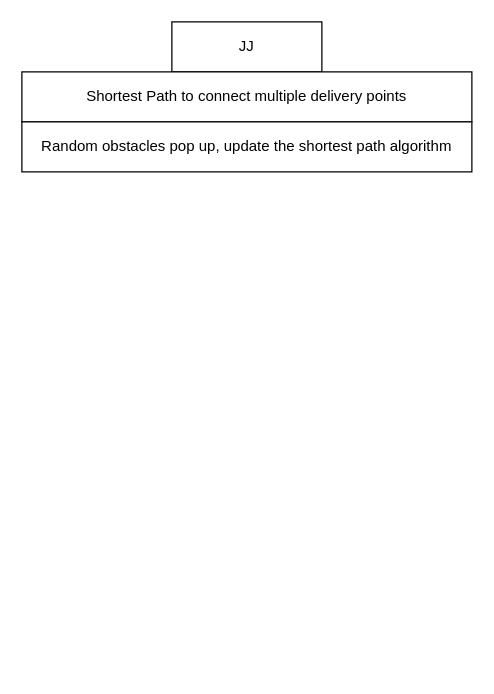
Earlier version of the draw.io diagram page "Extra Features" (3 of 3) of diagrams/program_diagrams.drawio (junnjiee16/ST1507-DSAA-Maze-Solver). Source tidied: cells renumbered, new cells numbered last; positions are measured from the earlier drawing's top-left corner, leaving out a move shared by most shapes. Both pictures are drawn from the tidied source at 125%, with x=0, y=0 at pixel (21, 21).
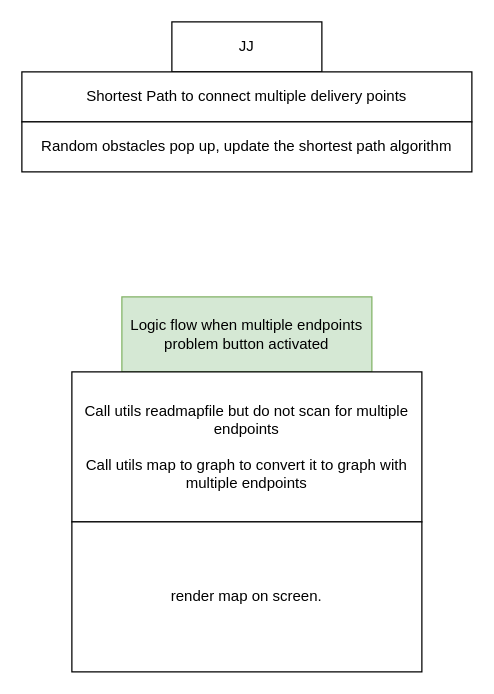
Above is the later version.

The edit, as a diff of the source:
```diff
@@
 <mxGraphModel>
   <root>
     <mxCell id="0" />
     <mxCell id="1" parent="0" />
     <mxCell id="2" value="JJ" style="rounded=0;whiteSpace=wrap;html=1;" parent="1" vertex="1">
       <mxGeometry x="120" width="120" height="40" as="geometry" />
     </mxCell>
     <mxCell id="3" value="Shortest Path to connect multiple delivery points" style="rounded=0;whiteSpace=wrap;html=1;" parent="1" vertex="1">
       <mxGeometry y="40" width="360" height="40" as="geometry" />
     </mxCell>
     <mxCell id="4" value="Random obstacles pop up, update the shortest path algorithm" style="rounded=0;whiteSpace=wrap;html=1;" parent="1" vertex="1">
       <mxGeometry y="80" width="360" height="40" as="geometry" />
     </mxCell>
+    <mxCell id="5" value="Logic flow when multiple endpoints problem button activated" style="rounded=0;whiteSpace=wrap;html=1;fillColor=#d5e8d4;strokeColor=#82b366;" parent="1" vertex="1">
+      <mxGeometry x="80" y="220" width="200" height="60" as="geometry" />
+    </mxCell>
+    <mxCell id="6" value="Call utils readmapfile but do not scan for multiple endpoints&lt;br&gt;&lt;br&gt;Call utils map to graph to convert it to graph with multiple endpoints" style="rounded=0;whiteSpace=wrap;html=1;" parent="1" vertex="1">
+      <mxGeometry x="40" y="280" width="280" height="120" as="geometry" />
+    </mxCell>
+    <mxCell id="7" value="render map on screen." style="rounded=0;whiteSpace=wrap;html=1;" parent="1" vertex="1">
+      <mxGeometry x="40" y="400" width="280" height="120" as="geometry" />
+    </mxCell>
   </root>
 </mxGraphModel>
```
